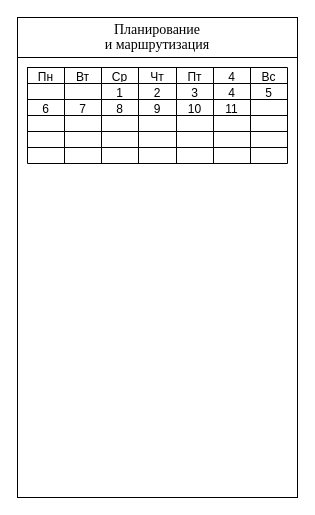
This is page "Планирование и маршрутизация" (1 of 7) of Mobile.drawio from Mihivlev/VendingMachines, a draw.io file, before an edit. Source tidied: cells renumbered, new cells numbered last; positions are measured from the earlier drawing's top-left corner, leaving out a move shared by most shapes. Both pictures are drawn from the tidied source at 100%, with x=0, y=0 at pixel (17, 17).
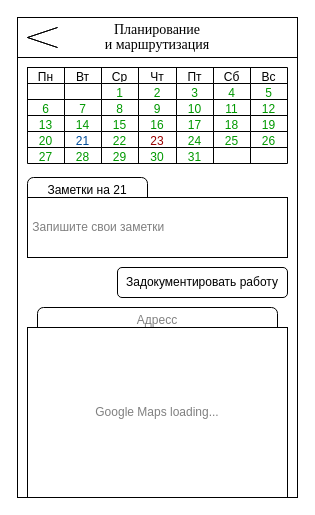
The same diagram, later.

Unchanged cells that the change refers to:
```xml
<mxCell id="5" style="shape=tableRow;horizontal=0;startSize=0;swimlaneHead=0;swimlaneBody=0;strokeColor=inherit;top=0;left=0;bottom=0;right=0;fillColor=none;" parent="4" vertex="1">
  <mxGeometry width="260" height="16" as="geometry" />
</mxCell>
<mxCell id="13" style="shape=tableRow;horizontal=0;startSize=0;swimlaneHead=0;swimlaneBody=0;strokeColor=inherit;top=0;left=0;bottom=0;right=0;fillColor=none;" parent="4" vertex="1">
  <mxGeometry y="16" width="260" height="16" as="geometry" />
</mxCell>
<mxCell id="21" style="shape=tableRow;horizontal=0;startSize=0;swimlaneHead=0;swimlaneBody=0;strokeColor=inherit;top=0;left=0;bottom=0;right=0;fillColor=none;" parent="4" vertex="1">
  <mxGeometry y="32" width="260" height="16" as="geometry" />
</mxCell>
<mxCell id="29" style="shape=tableRow;horizontal=0;startSize=0;swimlaneHead=0;swimlaneBody=0;strokeColor=inherit;top=0;left=0;bottom=0;right=0;fillColor=none;" parent="4" vertex="1">
  <mxGeometry y="48" width="260" height="16" as="geometry" />
</mxCell>
<mxCell id="37" style="shape=tableRow;horizontal=0;startSize=0;swimlaneHead=0;swimlaneBody=0;strokeColor=inherit;top=0;left=0;bottom=0;right=0;fillColor=none;" parent="4" vertex="1">
  <mxGeometry y="64" width="260" height="16" as="geometry" />
</mxCell>
<mxCell id="45" style="shape=tableRow;horizontal=0;startSize=0;swimlaneHead=0;swimlaneBody=0;strokeColor=inherit;top=0;left=0;bottom=0;right=0;fillColor=none;" parent="4" vertex="1">
  <mxGeometry y="80" width="260" height="16" as="geometry" />
</mxCell>
```

The edit, as a diff of the source:
```diff
@@
-    <mxCell id="6" value="Пн" style="shape=partialRectangle;html=1;whiteSpace=wrap;strokeColor=inherit;overflow=hidden;fillColor=none;top=0;left=0;bottom=0;right=0;" parent="5" vertex="1">
+    <mxCell id="6" value="Пн" style="shape=partialRectangle;html=1;whiteSpace=wrap;strokeColor=inherit;overflow=hidden;fillColor=none;top=0;left=0;bottom=0;right=0;strokeWidth=2;" parent="5" vertex="1">
       <mxGeometry width="37" height="16" as="geometry" />
     </mxCell>
-    <mxCell id="7" value="Вт" style="shape=partialRectangle;html=1;whiteSpace=wrap;strokeColor=inherit;overflow=hidden;fillColor=none;top=0;left=0;bottom=0;right=0;" parent="5" vertex="1">
+    <mxCell id="7" value="Вт" style="shape=partialRectangle;html=1;whiteSpace=wrap;strokeColor=inherit;overflow=hidden;fillColor=none;top=0;left=0;bottom=0;right=0;strokeWidth=2;" parent="5" vertex="1">
       <mxGeometry x="37" width="37" height="16" as="geometry" />
     </mxCell>
-    <mxCell id="8" value="Ср" style="shape=partialRectangle;html=1;whiteSpace=wrap;strokeColor=inherit;overflow=hidden;fillColor=none;top=0;left=0;bottom=0;right=0;" parent="5" vertex="1">
+    <mxCell id="8" value="Ср" style="shape=partialRectangle;html=1;whiteSpace=wrap;strokeColor=inherit;overflow=hidden;fillColor=none;top=0;left=0;bottom=0;right=0;strokeWidth=2;" parent="5" vertex="1">
       <mxGeometry x="74" width="37" height="16" as="geometry" />
     </mxCell>
-    <mxCell id="9" value="Чт" style="shape=partialRectangle;html=1;whiteSpace=wrap;strokeColor=inherit;overflow=hidden;fillColor=none;top=0;left=0;bottom=0;right=0;" parent="5" vertex="1">
+    <mxCell id="9" value="Чт" style="shape=partialRectangle;html=1;whiteSpace=wrap;strokeColor=inherit;overflow=hidden;fillColor=none;top=0;left=0;bottom=0;right=0;strokeWidth=2;" parent="5" vertex="1">
       <mxGeometry x="111" width="38" height="16" as="geometry" />
     </mxCell>
-    <mxCell id="10" value="Пт" style="shape=partialRectangle;html=1;whiteSpace=wrap;strokeColor=inherit;overflow=hidden;fillColor=none;top=0;left=0;bottom=0;right=0;" parent="5" vertex="1">
+    <mxCell id="10" value="Пт" style="shape=partialRectangle;html=1;whiteSpace=wrap;strokeColor=inherit;overflow=hidden;fillColor=none;top=0;left=0;bottom=0;right=0;strokeWidth=2;" parent="5" vertex="1">
       <mxGeometry x="149" width="37" height="16" as="geometry" />
     </mxCell>
-    <mxCell id="11" value="4" style="shape=partialRectangle;html=1;whiteSpace=wrap;strokeColor=inherit;overflow=hidden;fillColor=none;top=0;left=0;bottom=0;right=0;" parent="5" vertex="1">
+    <mxCell id="11" value="Сб" style="shape=partialRectangle;html=1;whiteSpace=wrap;strokeColor=inherit;overflow=hidden;fillColor=none;top=0;left=0;bottom=0;right=0;strokeWidth=2;" parent="5" vertex="1">
       <mxGeometry x="186" width="37" height="16" as="geometry" />
     </mxCell>
-    <mxCell id="12" value="Вс" style="shape=partialRectangle;html=1;whiteSpace=wrap;strokeColor=inherit;overflow=hidden;fillColor=none;top=0;left=0;bottom=0;right=0;" parent="5" vertex="1">
+    <mxCell id="12" value="Вс" style="shape=partialRectangle;html=1;whiteSpace=wrap;strokeColor=inherit;overflow=hidden;fillColor=none;top=0;left=0;bottom=0;right=0;strokeWidth=2;" parent="5" vertex="1">
       <mxGeometry x="223" width="37" height="16" as="geometry" />
     </mxCell>
@@
-    <mxCell id="14" style="shape=partialRectangle;html=1;whiteSpace=wrap;strokeColor=inherit;overflow=hidden;fillColor=none;top=0;left=0;bottom=0;right=0;" parent="13" vertex="1">
+    <mxCell id="14" style="shape=partialRectangle;html=1;whiteSpace=wrap;strokeColor=inherit;overflow=hidden;fillColor=none;top=0;left=0;bottom=0;right=0;fontColor=#009900;" parent="13" vertex="1">
       <mxGeometry width="37" height="16" as="geometry" />
     </mxCell>
-    <mxCell id="15" style="shape=partialRectangle;html=1;whiteSpace=wrap;strokeColor=inherit;overflow=hidden;fillColor=none;top=0;left=0;bottom=0;right=0;" parent="13" vertex="1">
+    <mxCell id="15" style="shape=partialRectangle;html=1;whiteSpace=wrap;strokeColor=inherit;overflow=hidden;fillColor=none;top=0;left=0;bottom=0;right=0;fontColor=#009900;" parent="13" vertex="1">
       <mxGeometry x="37" width="37" height="16" as="geometry" />
     </mxCell>
-    <mxCell id="16" value="1" style="shape=partialRectangle;html=1;whiteSpace=wrap;strokeColor=inherit;overflow=hidden;fillColor=none;top=0;left=0;bottom=0;right=0;" parent="13" vertex="1">
+    <mxCell id="16" value="1" style="shape=partialRectangle;html=1;whiteSpace=wrap;strokeColor=inherit;overflow=hidden;fillColor=none;top=0;left=0;bottom=0;right=0;fontColor=#009900;" parent="13" vertex="1">
       <mxGeometry x="74" width="37" height="16" as="geometry" />
     </mxCell>
-    <mxCell id="17" value="2" style="shape=partialRectangle;html=1;whiteSpace=wrap;strokeColor=inherit;overflow=hidden;fillColor=none;top=0;left=0;bottom=0;right=0;" parent="13" vertex="1">
+    <mxCell id="17" value="2" style="shape=partialRectangle;html=1;whiteSpace=wrap;strokeColor=inherit;overflow=hidden;fillColor=none;top=0;left=0;bottom=0;right=0;fontColor=#009900;" parent="13" vertex="1">
       <mxGeometry x="111" width="38" height="16" as="geometry" />
     </mxCell>
-    <mxCell id="18" value="3" style="shape=partialRectangle;html=1;whiteSpace=wrap;strokeColor=inherit;overflow=hidden;fillColor=none;top=0;left=0;bottom=0;right=0;" parent="13" vertex="1">
+    <mxCell id="18" value="3" style="shape=partialRectangle;html=1;whiteSpace=wrap;strokeColor=inherit;overflow=hidden;fillColor=none;top=0;left=0;bottom=0;right=0;fontColor=#009900;" parent="13" vertex="1">
       <mxGeometry x="149" width="37" height="16" as="geometry" />
     </mxCell>
-    <mxCell id="19" value="4" style="shape=partialRectangle;html=1;whiteSpace=wrap;strokeColor=inherit;overflow=hidden;fillColor=none;top=0;left=0;bottom=0;right=0;" parent="13" vertex="1">
+    <mxCell id="19" value="4" style="shape=partialRectangle;html=1;whiteSpace=wrap;strokeColor=inherit;overflow=hidden;fillColor=none;top=0;left=0;bottom=0;right=0;fontColor=#009900;" parent="13" vertex="1">
       <mxGeometry x="186" width="37" height="16" as="geometry" />
     </mxCell>
-    <mxCell id="20" value="5" style="shape=partialRectangle;html=1;whiteSpace=wrap;strokeColor=inherit;overflow=hidden;fillColor=none;top=0;left=0;bottom=0;right=0;" parent="13" vertex="1">
+    <mxCell id="20" value="5" style="shape=partialRectangle;html=1;whiteSpace=wrap;strokeColor=inherit;overflow=hidden;fillColor=none;top=0;left=0;bottom=0;right=0;fontColor=#009900;" parent="13" vertex="1">
       <mxGeometry x="223" width="37" height="16" as="geometry" />
     </mxCell>
@@
-    <mxCell id="22" value="6" style="shape=partialRectangle;html=1;whiteSpace=wrap;strokeColor=inherit;overflow=hidden;fillColor=none;top=0;left=0;bottom=0;right=0;" parent="21" vertex="1">
+    <mxCell id="22" value="6" style="shape=partialRectangle;html=1;whiteSpace=wrap;strokeColor=inherit;overflow=hidden;fillColor=none;top=0;left=0;bottom=0;right=0;fontColor=#009900;" parent="21" vertex="1">
       <mxGeometry width="37" height="16" as="geometry" />
     </mxCell>
-    <mxCell id="23" value="7" style="shape=partialRectangle;html=1;whiteSpace=wrap;strokeColor=inherit;overflow=hidden;fillColor=none;top=0;left=0;bottom=0;right=0;" parent="21" vertex="1">
+    <mxCell id="23" value="7" style="shape=partialRectangle;html=1;whiteSpace=wrap;strokeColor=inherit;overflow=hidden;fillColor=none;top=0;left=0;bottom=0;right=0;fontColor=#009900;" parent="21" vertex="1">
       <mxGeometry x="37" width="37" height="16" as="geometry" />
     </mxCell>
-    <mxCell id="24" value="8" style="shape=partialRectangle;html=1;whiteSpace=wrap;strokeColor=inherit;overflow=hidden;fillColor=none;top=0;left=0;bottom=0;right=0;" parent="21" vertex="1">
+    <mxCell id="24" value="8" style="shape=partialRectangle;html=1;whiteSpace=wrap;strokeColor=inherit;overflow=hidden;fillColor=none;top=0;left=0;bottom=0;right=0;fontColor=#009900;" parent="21" vertex="1">
       <mxGeometry x="74" width="37" height="16" as="geometry" />
     </mxCell>
-    <mxCell id="25" value="9" style="shape=partialRectangle;html=1;whiteSpace=wrap;strokeColor=inherit;overflow=hidden;fillColor=none;top=0;left=0;bottom=0;right=0;" parent="21" vertex="1">
+    <mxCell id="25" value="9" style="shape=partialRectangle;html=1;whiteSpace=wrap;strokeColor=inherit;overflow=hidden;fillColor=none;top=0;left=0;bottom=0;right=0;fontColor=#009900;" parent="21" vertex="1">
       <mxGeometry x="111" width="38" height="16" as="geometry" />
     </mxCell>
-    <mxCell id="26" value="10" style="shape=partialRectangle;html=1;whiteSpace=wrap;strokeColor=inherit;overflow=hidden;fillColor=none;top=0;left=0;bottom=0;right=0;" parent="21" vertex="1">
+    <mxCell id="26" value="10" style="shape=partialRectangle;html=1;whiteSpace=wrap;strokeColor=inherit;overflow=hidden;fillColor=none;top=0;left=0;bottom=0;right=0;fontColor=#009900;" parent="21" vertex="1">
       <mxGeometry x="149" width="37" height="16" as="geometry" />
     </mxCell>
-    <mxCell id="27" value="11" style="shape=partialRectangle;html=1;whiteSpace=wrap;strokeColor=inherit;overflow=hidden;fillColor=none;top=0;left=0;bottom=0;right=0;" parent="21" vertex="1">
+    <mxCell id="27" value="11" style="shape=partialRectangle;html=1;whiteSpace=wrap;strokeColor=inherit;overflow=hidden;fillColor=none;top=0;left=0;bottom=0;right=0;fontColor=#009900;" parent="21" vertex="1">
       <mxGeometry x="186" width="37" height="16" as="geometry" />
     </mxCell>
-    <mxCell id="28" style="shape=partialRectangle;html=1;whiteSpace=wrap;strokeColor=inherit;overflow=hidden;fillColor=none;top=0;left=0;bottom=0;right=0;" parent="21" vertex="1">
+    <mxCell id="28" value="12" style="shape=partialRectangle;html=1;whiteSpace=wrap;strokeColor=inherit;overflow=hidden;fillColor=none;top=0;left=0;bottom=0;right=0;fontColor=#009900;" parent="21" vertex="1">
       <mxGeometry x="223" width="37" height="16" as="geometry" />
     </mxCell>
@@
-    <mxCell id="30" style="shape=partialRectangle;html=1;whiteSpace=wrap;strokeColor=inherit;overflow=hidden;fillColor=none;top=0;left=0;bottom=0;right=0;" parent="29" vertex="1">
+    <mxCell id="30" value="13" style="shape=partialRectangle;html=1;whiteSpace=wrap;strokeColor=inherit;overflow=hidden;fillColor=none;top=0;left=0;bottom=0;right=0;fontColor=#009900;" parent="29" vertex="1">
       <mxGeometry width="37" height="16" as="geometry" />
     </mxCell>
-    <mxCell id="31" style="shape=partialRectangle;html=1;whiteSpace=wrap;strokeColor=inherit;overflow=hidden;fillColor=none;top=0;left=0;bottom=0;right=0;" parent="29" vertex="1">
+    <mxCell id="31" value="14" style="shape=partialRectangle;html=1;whiteSpace=wrap;strokeColor=inherit;overflow=hidden;fillColor=none;top=0;left=0;bottom=0;right=0;fontColor=#009900;" parent="29" vertex="1">
       <mxGeometry x="37" width="37" height="16" as="geometry" />
     </mxCell>
-    <mxCell id="32" style="shape=partialRectangle;html=1;whiteSpace=wrap;strokeColor=inherit;overflow=hidden;fillColor=none;top=0;left=0;bottom=0;right=0;" parent="29" vertex="1">
+    <mxCell id="32" value="15" style="shape=partialRectangle;html=1;whiteSpace=wrap;strokeColor=inherit;overflow=hidden;fillColor=none;top=0;left=0;bottom=0;right=0;fontColor=#009900;" parent="29" vertex="1">
       <mxGeometry x="74" width="37" height="16" as="geometry" />
     </mxCell>
-    <mxCell id="33" style="shape=partialRectangle;html=1;whiteSpace=wrap;strokeColor=inherit;overflow=hidden;fillColor=none;top=0;left=0;bottom=0;right=0;" parent="29" vertex="1">
+    <mxCell id="33" value="16" style="shape=partialRectangle;html=1;whiteSpace=wrap;strokeColor=inherit;overflow=hidden;fillColor=none;top=0;left=0;bottom=0;right=0;fontColor=#009900;" parent="29" vertex="1">
       <mxGeometry x="111" width="38" height="16" as="geometry" />
     </mxCell>
-    <mxCell id="34" style="shape=partialRectangle;html=1;whiteSpace=wrap;strokeColor=inherit;overflow=hidden;fillColor=none;top=0;left=0;bottom=0;right=0;" parent="29" vertex="1">
+    <mxCell id="34" value="17" style="shape=partialRectangle;html=1;whiteSpace=wrap;strokeColor=inherit;overflow=hidden;fillColor=none;top=0;left=0;bottom=0;right=0;fontColor=#009900;" parent="29" vertex="1">
       <mxGeometry x="149" width="37" height="16" as="geometry" />
     </mxCell>
-    <mxCell id="35" style="shape=partialRectangle;html=1;whiteSpace=wrap;strokeColor=inherit;overflow=hidden;fillColor=none;top=0;left=0;bottom=0;right=0;" parent="29" vertex="1">
+    <mxCell id="35" value="18" style="shape=partialRectangle;html=1;whiteSpace=wrap;strokeColor=inherit;overflow=hidden;fillColor=none;top=0;left=0;bottom=0;right=0;fontColor=#009900;" parent="29" vertex="1">
       <mxGeometry x="186" width="37" height="16" as="geometry" />
     </mxCell>
-    <mxCell id="36" style="shape=partialRectangle;html=1;whiteSpace=wrap;strokeColor=inherit;overflow=hidden;fillColor=none;top=0;left=0;bottom=0;right=0;" parent="29" vertex="1">
+    <mxCell id="36" value="19" style="shape=partialRectangle;html=1;whiteSpace=wrap;strokeColor=inherit;overflow=hidden;fillColor=none;top=0;left=0;bottom=0;right=0;fontColor=#009900;" parent="29" vertex="1">
       <mxGeometry x="223" width="37" height="16" as="geometry" />
     </mxCell>
@@
-    <mxCell id="38" style="shape=partialRectangle;html=1;whiteSpace=wrap;strokeColor=inherit;overflow=hidden;fillColor=none;top=0;left=0;bottom=0;right=0;" parent="37" vertex="1">
+    <mxCell id="38" value="20" style="shape=partialRectangle;html=1;whiteSpace=wrap;strokeColor=inherit;overflow=hidden;fillColor=none;top=0;left=0;bottom=0;right=0;fontColor=#009900;" parent="37" vertex="1">
       <mxGeometry width="37" height="16" as="geometry" />
     </mxCell>
-    <mxCell id="39" style="shape=partialRectangle;html=1;whiteSpace=wrap;strokeColor=inherit;overflow=hidden;fillColor=none;top=0;left=0;bottom=0;right=0;" parent="37" vertex="1">
+    <mxCell id="39" value="&lt;font color=&quot;#004c99&quot;&gt;21&lt;/font&gt;" style="shape=partialRectangle;html=1;whiteSpace=wrap;strokeColor=inherit;overflow=hidden;fillColor=none;top=0;left=0;bottom=0;right=0;fontColor=#994C00;" parent="37" vertex="1">
       <mxGeometry x="37" width="37" height="16" as="geometry" />
     </mxCell>
-    <mxCell id="40" style="shape=partialRectangle;html=1;whiteSpace=wrap;strokeColor=inherit;overflow=hidden;fillColor=none;top=0;left=0;bottom=0;right=0;" parent="37" vertex="1">
+    <mxCell id="40" value="22" style="shape=partialRectangle;html=1;whiteSpace=wrap;strokeColor=inherit;overflow=hidden;fillColor=none;top=0;left=0;bottom=0;right=0;fontColor=#009900;" parent="37" vertex="1">
       <mxGeometry x="74" width="37" height="16" as="geometry" />
     </mxCell>
-    <mxCell id="41" style="shape=partialRectangle;html=1;whiteSpace=wrap;strokeColor=inherit;overflow=hidden;fillColor=none;top=0;left=0;bottom=0;right=0;" parent="37" vertex="1">
+    <mxCell id="41" value="23" style="shape=partialRectangle;html=1;whiteSpace=wrap;strokeColor=inherit;overflow=hidden;fillColor=none;top=0;left=0;bottom=0;right=0;fontColor=#990000;" parent="37" vertex="1">
       <mxGeometry x="111" width="38" height="16" as="geometry" />
     </mxCell>
-    <mxCell id="42" style="shape=partialRectangle;html=1;whiteSpace=wrap;strokeColor=inherit;overflow=hidden;fillColor=none;top=0;left=0;bottom=0;right=0;" parent="37" vertex="1">
+    <mxCell id="42" value="24" style="shape=partialRectangle;html=1;whiteSpace=wrap;strokeColor=inherit;overflow=hidden;fillColor=none;top=0;left=0;bottom=0;right=0;fontColor=#009900;" parent="37" vertex="1">
       <mxGeometry x="149" width="37" height="16" as="geometry" />
     </mxCell>
-    <mxCell id="43" style="shape=partialRectangle;html=1;whiteSpace=wrap;strokeColor=inherit;overflow=hidden;fillColor=none;top=0;left=0;bottom=0;right=0;" parent="37" vertex="1">
+    <mxCell id="43" value="25" style="shape=partialRectangle;html=1;whiteSpace=wrap;strokeColor=inherit;overflow=hidden;fillColor=none;top=0;left=0;bottom=0;right=0;fontColor=#009900;" parent="37" vertex="1">
       <mxGeometry x="186" width="37" height="16" as="geometry" />
     </mxCell>
-    <mxCell id="44" style="shape=partialRectangle;html=1;whiteSpace=wrap;strokeColor=inherit;overflow=hidden;fillColor=none;top=0;left=0;bottom=0;right=0;" parent="37" vertex="1">
+    <mxCell id="44" value="26" style="shape=partialRectangle;html=1;whiteSpace=wrap;strokeColor=inherit;overflow=hidden;fillColor=none;top=0;left=0;bottom=0;right=0;fontColor=#009900;" parent="37" vertex="1">
       <mxGeometry x="223" width="37" height="16" as="geometry" />
     </mxCell>
@@
-    <mxCell id="46" style="shape=partialRectangle;html=1;whiteSpace=wrap;strokeColor=inherit;overflow=hidden;fillColor=none;top=0;left=0;bottom=0;right=0;" parent="45" vertex="1">
+    <mxCell id="46" value="27" style="shape=partialRectangle;html=1;whiteSpace=wrap;strokeColor=inherit;overflow=hidden;fillColor=none;top=0;left=0;bottom=0;right=0;fontColor=#009900;" parent="45" vertex="1">
       <mxGeometry width="37" height="16" as="geometry" />
     </mxCell>
-    <mxCell id="47" style="shape=partialRectangle;html=1;whiteSpace=wrap;strokeColor=inherit;overflow=hidden;fillColor=none;top=0;left=0;bottom=0;right=0;" parent="45" vertex="1">
+    <mxCell id="47" value="28" style="shape=partialRectangle;html=1;whiteSpace=wrap;strokeColor=inherit;overflow=hidden;fillColor=none;top=0;left=0;bottom=0;right=0;fontColor=#009900;" parent="45" vertex="1">
       <mxGeometry x="37" width="37" height="16" as="geometry" />
     </mxCell>
-    <mxCell id="48" style="shape=partialRectangle;html=1;whiteSpace=wrap;strokeColor=inherit;overflow=hidden;fillColor=none;top=0;left=0;bottom=0;right=0;" parent="45" vertex="1">
+    <mxCell id="48" value="29" style="shape=partialRectangle;html=1;whiteSpace=wrap;strokeColor=inherit;overflow=hidden;fillColor=none;top=0;left=0;bottom=0;right=0;fontColor=#009900;" parent="45" vertex="1">
       <mxGeometry x="74" width="37" height="16" as="geometry" />
     </mxCell>
-    <mxCell id="49" style="shape=partialRectangle;html=1;whiteSpace=wrap;strokeColor=inherit;overflow=hidden;fillColor=none;top=0;left=0;bottom=0;right=0;" parent="45" vertex="1">
+    <mxCell id="49" value="30" style="shape=partialRectangle;html=1;whiteSpace=wrap;strokeColor=inherit;overflow=hidden;fillColor=none;top=0;left=0;bottom=0;right=0;fontColor=#009900;" parent="45" vertex="1">
       <mxGeometry x="111" width="38" height="16" as="geometry" />
     </mxCell>
-    <mxCell id="50" style="shape=partialRectangle;html=1;whiteSpace=wrap;strokeColor=inherit;overflow=hidden;fillColor=none;top=0;left=0;bottom=0;right=0;" parent="45" vertex="1">
+    <mxCell id="50" value="31" style="shape=partialRectangle;html=1;whiteSpace=wrap;strokeColor=inherit;overflow=hidden;fillColor=none;top=0;left=0;bottom=0;right=0;fontColor=#009900;" parent="45" vertex="1">
       <mxGeometry x="149" width="37" height="16" as="geometry" />
     </mxCell>
-    <mxCell id="51" style="shape=partialRectangle;html=1;whiteSpace=wrap;strokeColor=inherit;overflow=hidden;fillColor=none;top=0;left=0;bottom=0;right=0;" parent="45" vertex="1">
+    <mxCell id="51" style="shape=partialRectangle;html=1;whiteSpace=wrap;strokeColor=inherit;overflow=hidden;fillColor=none;top=0;left=0;bottom=0;right=0;fontColor=#009900;" parent="45" vertex="1">
       <mxGeometry x="186" width="37" height="16" as="geometry" />
     </mxCell>
-    <mxCell id="52" style="shape=partialRectangle;html=1;whiteSpace=wrap;strokeColor=inherit;overflow=hidden;fillColor=none;top=0;left=0;bottom=0;right=0;" parent="45" vertex="1">
+    <mxCell id="52" style="shape=partialRectangle;html=1;whiteSpace=wrap;strokeColor=inherit;overflow=hidden;fillColor=none;top=0;left=0;bottom=0;right=0;fontColor=#009900;" parent="45" vertex="1">
       <mxGeometry x="223" width="37" height="16" as="geometry" />
     </mxCell>
+    <mxCell id="53" value="Заметки на 21&lt;div&gt;&lt;br&gt;&lt;/div&gt;" style="rounded=1;whiteSpace=wrap;html=1;" parent="1" vertex="1">
+      <mxGeometry x="10" y="160" width="120" height="40" as="geometry" />
+    </mxCell>
+    <mxCell id="54" value="&lt;font color=&quot;#808080&quot;&gt;&amp;nbsp;Запишите свои заметки&lt;/font&gt;" style="rounded=0;whiteSpace=wrap;html=1;align=left;" parent="1" vertex="1">
+      <mxGeometry x="10" y="180" width="260" height="60" as="geometry" />
+    </mxCell>
+    <mxCell id="55" style="html=1;shadow=0;dashed=0;align=center;verticalAlign=middle;shape=mxgraph.arrows2.arrow;dy=0;dx=30;notch=30;direction=west;" parent="1" vertex="1">
+      <mxGeometry x="10" y="10" width="30" height="20" as="geometry" />
+    </mxCell>
+    <mxCell id="56" value="&lt;div&gt;Задокументировать работу&lt;/div&gt;" style="rounded=1;whiteSpace=wrap;html=1;" parent="1" vertex="1">
+      <mxGeometry x="100" y="250" width="170" height="30" as="geometry" />
+    </mxCell>
+    <mxCell id="57" value="&lt;font color=&quot;#808080&quot;&gt;Адресс&lt;/font&gt;&lt;div&gt;&lt;br&gt;&lt;/div&gt;" style="rounded=1;whiteSpace=wrap;html=1;" parent="1" vertex="1">
+      <mxGeometry x="20" y="290" width="240" height="40" as="geometry" />
+    </mxCell>
+    <mxCell id="58" value="&lt;font color=&quot;#808080&quot;&gt;Google Maps loading...&lt;/font&gt;" style="rounded=0;whiteSpace=wrap;html=1;align=center;" parent="1" vertex="1">
+      <mxGeometry x="10" y="310" width="260" height="170" as="geometry" />
+    </mxCell>
```
